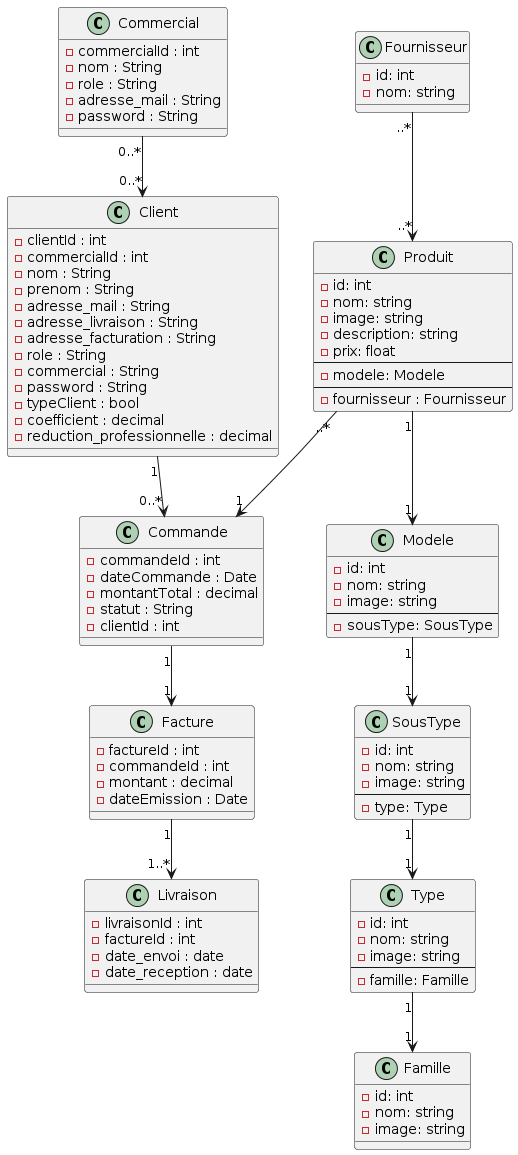
Before: assets/UML/GVClasses.png, a diagram exported from PlantUML (Jeoffrey80/GreenVillage). Its diagram source:
```plantuml
@startuml
class Commercial {
    -commercialId : int
    -nom : String
    -role : String
    -adresse_mail : String
    -password : String
}

class Client {
    - clientId : int
    - commercialId : int
    - nom : String
    - prenom : String
    - adresse_mail : String
    - adresse_livraison : String
    - adresse_facturation : String
    - role : String
    - commercial : String
    - password : String
    - typeClient : bool
    - coefficient : decimal
    - reduction_professionnelle : decimal
}

class Commande {
    - commandeId : int
    - dateCommande : Date
    - montantTotal : decimal
    - statut : String
    - clientId : int
}

class Livraison {
    -livraisonId : int
    -factureId : int
    -date_envoi : date
    -date_reception : date
}

class Facture {
    - factureId : int
    - commandeId : int
    - montant : decimal
    - dateEmission : Date
}

class Produit {
    - id: int
    - nom: string
    - image: string
    - description: string
    - prix: float
    --
    - modele: Modele
    --
    -fournisseur : Fournisseur
}

class Modele {
    - id: int
    - nom: string
    - image: string
    --
    - sousType: SousType
}

class SousType {
    - id: int
    - nom: string
    - image: string
    --
    - type: Type
}

class Type {
    - id: int
    - nom: string
    - image: string
    --
    - famille: Famille
}

class Famille {
    - id: int
    - nom: string
    - image: string
}

class Fournisseur {
    - id: int
    - nom: string
}


Produit "1" --> "1" Modele
Modele "1" --> "1" SousType
SousType "1" --> "1" Type
Type "1" --> "1" Famille
Produit "..*" --> "1" Commande
Fournisseur "..*" --> "..*" Produit
Commercial "0..*" --> "0..*" Client
Facture "1" --> "1..*" Livraison
Client "1" --> "0..*" Commande
Commande "1" --> "1" Facture
@enduml
```
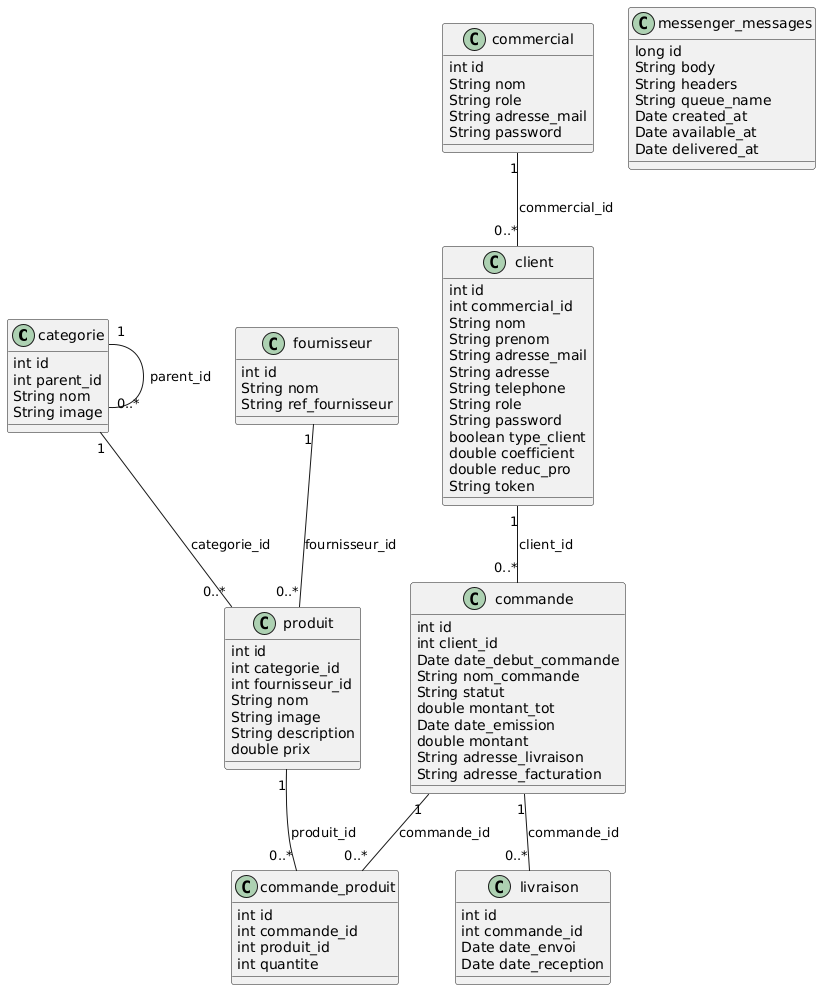
After the commit.

Diff of the diagram source:
```diff
@@ -1,106 +1,94 @@
 @startuml
-class Commercial {
-    -commercialId : int
-    -nom : String
-    -role : String
-    -adresse_mail : String
-    -password : String
+class categorie {
+  int id
+  int parent_id
+  String nom
+  String image
 }
 
-class Client {
-    - clientId : int
-    - commercialId : int
-    - nom : String
-    - prenom : String
-    - adresse_mail : String
-    - adresse_livraison : String
-    - adresse_facturation : String
-    - role : String
-    - commercial : String
-    - password : String
-    - typeClient : bool
-    - coefficient : decimal
-    - reduction_professionnelle : decimal
+class client {
+  int id
+  int commercial_id
+  String nom
+  String prenom
+  String adresse_mail
+  String adresse
+  String telephone
+  String role
+  String password
+  boolean type_client
+  double coefficient
+  double reduc_pro
+  String token
 }
 
-class Commande {
-    - commandeId : int
-    - dateCommande : Date
-    - montantTotal : decimal
-    - statut : String
-    - clientId : int
+class commande {
+  int id
+  int client_id
+  Date date_debut_commande
+  String nom_commande
+  String statut
+  double montant_tot
+  Date date_emission
+  double montant
+  String adresse_livraison
+  String adresse_facturation
 }
 
-class Livraison {
-    -livraisonId : int
-    -factureId : int
-    -date_envoi : date
-    -date_reception : date
+class commande_produit {
+  int id
+  int commande_id
+  int produit_id
+  int quantite
 }
 
-class Facture {
-    - factureId : int
-    - commandeId : int
-    - montant : decimal
-    - dateEmission : Date
+class commercial {
+  int id
+  String nom
+  String role
+  String adresse_mail
+  String password
 }
 
-class Produit {
-    - id: int
-    - nom: string
-    - image: string
-    - description: string
-    - prix: float
-    --
-    - modele: Modele
-    --
-    -fournisseur : Fournisseur
+class fournisseur {
+  int id
+  String nom
+  String ref_fournisseur
 }
 
-class Modele {
-    - id: int
-    - nom: string
-    - image: string
-    --
-    - sousType: SousType
+class livraison {
+  int id
+  int commande_id
+  Date date_envoi
+  Date date_reception
 }
 
-class SousType {
-    - id: int
-    - nom: string
-    - image: string
-    --
-    - type: Type
+class messenger_messages {
+  long id
+  String body
+  String headers
+  String queue_name
+  Date created_at
+  Date available_at
+  Date delivered_at
 }
 
-class Type {
-    - id: int
-    - nom: string
-    - image: string
-    --
-    - famille: Famille
+class produit {
+  int id
+  int categorie_id
+  int fournisseur_id
+  String nom
+  String image
+  String description
+  double prix
 }
 
-class Famille {
-    - id: int
-    - nom: string
-    - image: string
-}
-
-class Fournisseur {
-    - id: int
-    - nom: string
-}
-
-
-Produit "1" --> "1" Modele
-Modele "1" --> "1" SousType
-SousType "1" --> "1" Type
-Type "1" --> "1" Famille
-Produit "..*" --> "1" Commande
-Fournisseur "..*" --> "..*" Produit
-Commercial "0..*" --> "0..*" Client
-Facture "1" --> "1..*" Livraison
-Client "1" --> "0..*" Commande
-Commande "1" --> "1" Facture
+categorie "1" -- "0..*" categorie : parent_id
+client "1" -- "0..*" commande : client_id
+commercial "1" -- "0..*" client : commercial_id
+commande "1" -- "0..*" commande_produit : commande_id
+produit "1" -- "0..*" commande_produit : produit_id
+commande "1" -- "0..*" livraison : commande_id
+fournisseur "1" -- "0..*" produit : fournisseur_id
+categorie "1" -- "0..*" produit : categorie_id
 @enduml
```
